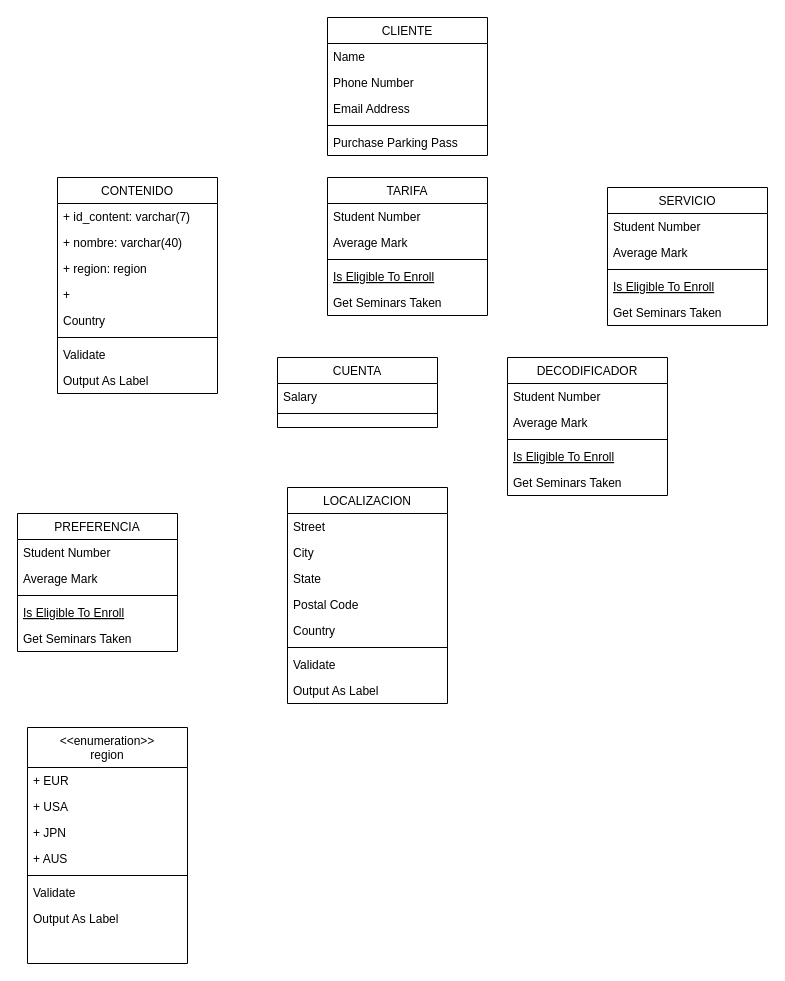
The draw.io diagram PROYECTO1.drawio in NyanCat6886/BasesDeDatosETSITGC, before the edit. Source tidied: cells renumbered, new cells numbered last; positions are measured from the earlier drawing's top-left corner, leaving out a move shared by most shapes. Both pictures are drawn from the tidied source at 100%, with x=0, y=0 at pixel (17, 17).
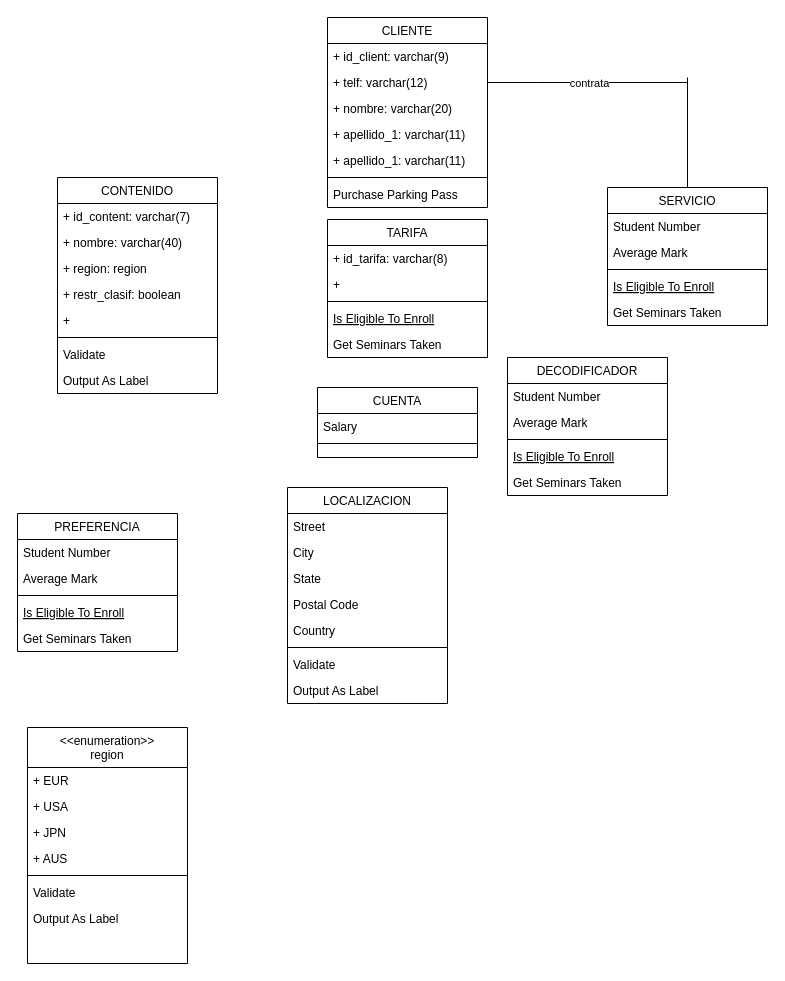
The same page after the edit.

Unchanged cells that the change refers to:
```xml
<mxCell id="17" value="CONTENIDO " style="swimlane;fontStyle=0;align=center;verticalAlign=top;horizontal=1;startSize=26;rounded=0;shadow=0;strokeWidth=1;" parent="1" vertex="1">
  <mxGeometry x="40" y="160" width="160" height="216" as="geometry" />
</mxCell>
<mxCell id="32" value="SERVICIO" style="swimlane;fontStyle=0;align=center;verticalAlign=top;horizontal=1;startSize=26;rounded=0;shadow=0;strokeWidth=1;" parent="1" vertex="1">
  <mxGeometry x="590" y="170" width="160" height="138" as="geometry" />
</mxCell>
```

Change to the diagram source:
```diff
@@
     <mxCell id="2" value="CLIENTE" style="swimlane;fontStyle=0;align=center;verticalAlign=top;horizontal=1;startSize=26;rounded=0;shadow=0;strokeWidth=1;" parent="1" vertex="1">
-      <mxGeometry x="310" width="160" height="138" as="geometry" />
+      <mxGeometry x="310" width="160" height="190" as="geometry" />
     </mxCell>
-    <mxCell id="3" value="Name" style="text;align=left;verticalAlign=top;spacingLeft=4;spacingRight=4;overflow=hidden;" parent="2" vertex="1">
+    <mxCell id="3" value="+ id_client: varchar(9)" style="text;align=left;verticalAlign=top;spacingLeft=4;spacingRight=4;overflow=hidden;" parent="2" vertex="1">
       <mxGeometry y="26" width="160" height="26" as="geometry" />
     </mxCell>
-    <mxCell id="4" value="Phone Number" style="text;align=left;verticalAlign=top;spacingLeft=4;spacingRight=4;overflow=hidden;points=[[0,0.5],[1,0.5]];portConstraint=eastwest;rounded=0;shadow=0;html=0;" parent="2" vertex="1">
+    <mxCell id="4" value="+ telf: varchar(12)" style="text;align=left;verticalAlign=top;spacingLeft=4;spacingRight=4;overflow=hidden;points=[[0,0.5],[1,0.5]];portConstraint=eastwest;rounded=0;shadow=0;html=0;" parent="2" vertex="1">
       <mxGeometry y="52" width="160" height="26" as="geometry" />
     </mxCell>
+    <mxCell id="61" value="+ nombre: varchar(20)" style="text;align=left;verticalAlign=top;spacingLeft=4;spacingRight=4;overflow=hidden;rounded=0;shadow=0;html=0;" parent="2" vertex="1">
+      <mxGeometry y="78" width="160" height="26" as="geometry" />
+    </mxCell>
-    <mxCell id="5" value="Email Address" style="text;align=left;verticalAlign=top;spacingLeft=4;spacingRight=4;overflow=hidden;rounded=0;shadow=0;html=0;" parent="2" vertex="1">
-      <mxGeometry y="78" width="160" height="26" as="geometry" />
+    <mxCell id="5" value="+ apellido_1: varchar(11)" style="text;align=left;verticalAlign=top;spacingLeft=4;spacingRight=4;overflow=hidden;rounded=0;shadow=0;html=0;" parent="2" vertex="1">
+      <mxGeometry y="104" width="160" height="26" as="geometry" />
     </mxCell>
+    <mxCell id="62" value="+ apellido_1: varchar(11)" style="text;align=left;verticalAlign=top;spacingLeft=4;spacingRight=4;overflow=hidden;rounded=0;shadow=0;html=0;" parent="2" vertex="1">
+      <mxGeometry y="130" width="160" height="26" as="geometry" />
+    </mxCell>
     <mxCell id="6" style="line;html=1;strokeWidth=1;align=left;verticalAlign=middle;spacingTop=-1;spacingLeft=3;spacingRight=3;labelPosition=right;" parent="2" vertex="1">
-      <mxGeometry y="104" width="160" height="8" as="geometry" />
+      <mxGeometry y="156" width="160" height="8" as="geometry" />
     </mxCell>
     <mxCell id="7" value="Purchase Parking Pass" style="text;align=left;verticalAlign=top;spacingLeft=4;spacingRight=4;overflow=hidden;" parent="2" vertex="1">
-      <mxGeometry y="112" width="160" height="26" as="geometry" />
+      <mxGeometry y="164" width="160" height="26" as="geometry" />
     </mxCell>
@@
     <mxCell id="14" value="CUENTA" style="swimlane;fontStyle=0;align=center;verticalAlign=top;horizontal=1;startSize=26;rounded=0;shadow=0;strokeWidth=1;" parent="1" vertex="1">
-      <mxGeometry x="260" y="340" width="160" height="70" as="geometry" />
+      <mxGeometry x="300" y="370" width="160" height="70" as="geometry" />
     </mxCell>
@@
+    <mxCell id="22" value="+ restr_clasif: boolean" style="text;align=left;verticalAlign=top;spacingLeft=4;spacingRight=4;overflow=hidden;rounded=0;shadow=0;html=0;" parent="17" vertex="1">
+      <mxGeometry y="104" width="160" height="26" as="geometry" />
+    </mxCell>
     <mxCell id="21" value="+ " style="text;align=left;verticalAlign=top;spacingLeft=4;spacingRight=4;overflow=hidden;rounded=0;shadow=0;html=0;" parent="17" vertex="1">
-      <mxGeometry y="104" width="160" height="26" as="geometry" />
+      <mxGeometry y="130" width="160" height="26" as="geometry" />
     </mxCell>
-    <mxCell id="22" value="Country" style="text;align=left;verticalAlign=top;spacingLeft=4;spacingRight=4;overflow=hidden;rounded=0;shadow=0;html=0;" parent="17" vertex="1">
-      <mxGeometry y="130" width="160" height="26" as="geometry" />
-    </mxCell>
@@
     <mxCell id="38" value="TARIFA" style="swimlane;fontStyle=0;align=center;verticalAlign=top;horizontal=1;startSize=26;rounded=0;shadow=0;strokeWidth=1;" parent="1" vertex="1">
-      <mxGeometry x="310" y="160" width="160" height="138" as="geometry" />
+      <mxGeometry x="310" y="202" width="160" height="138" as="geometry" />
     </mxCell>
-    <mxCell id="39" value="Student Number" style="text;align=left;verticalAlign=top;spacingLeft=4;spacingRight=4;overflow=hidden;" parent="38" vertex="1">
+    <mxCell id="39" value="+ id_tarifa: varchar(8)" style="text;align=left;verticalAlign=top;spacingLeft=4;spacingRight=4;overflow=hidden;" parent="38" vertex="1">
       <mxGeometry y="26" width="160" height="26" as="geometry" />
     </mxCell>
-    <mxCell id="40" value="Average Mark" style="text;align=left;verticalAlign=top;spacingLeft=4;spacingRight=4;overflow=hidden;rounded=0;shadow=0;html=0;" parent="38" vertex="1">
+    <mxCell id="40" value="+ " style="text;align=left;verticalAlign=top;spacingLeft=4;spacingRight=4;overflow=hidden;rounded=0;shadow=0;html=0;" parent="38" vertex="1">
       <mxGeometry y="52" width="160" height="26" as="geometry" />
     </mxCell>
@@
+    <mxCell id="63" style="endArrow=none;html=1;rounded=0;exitX=1;exitY=0.5;exitDx=0;exitDy=0;" parent="1" edge="1" source="4">
+      <mxGeometry relative="1" as="geometry">
+        <mxPoint x="670" y="65" as="targetPoint" />
+        <Array as="points">
+          <mxPoint x="520" y="65" />
+          <mxPoint x="560" y="65" />
+        </Array>
+      </mxGeometry>
+    </mxCell>
+    <mxCell id="64" value="contrata" style="edgeLabel;html=1;align=center;verticalAlign=middle;" parent="63" vertex="1">
+      <mxGeometry x="0.01" relative="1" as="geometry" />
+    </mxCell>
+    <mxCell id="65" style="endArrow=none;html=1;rounded=0;" parent="1" edge="1" target="32">
+      <mxGeometry relative="1" as="geometry">
+        <mxPoint x="670" y="60" as="sourcePoint" />
+      </mxGeometry>
+    </mxCell>
```
